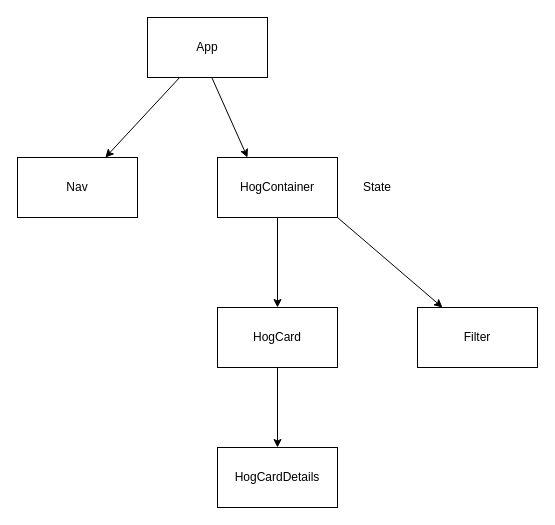
Before: src/Hierarchy.drawio in clambiase08/react-hooks-hogwild, a draw.io diagram. Source tidied: cells renumbered, new cells numbered last; positions are measured from the earlier drawing's top-left corner, leaving out a move shared by most shapes. Both pictures are drawn from the tidied source at 100%, with x=0, y=0 at pixel (17, 17).
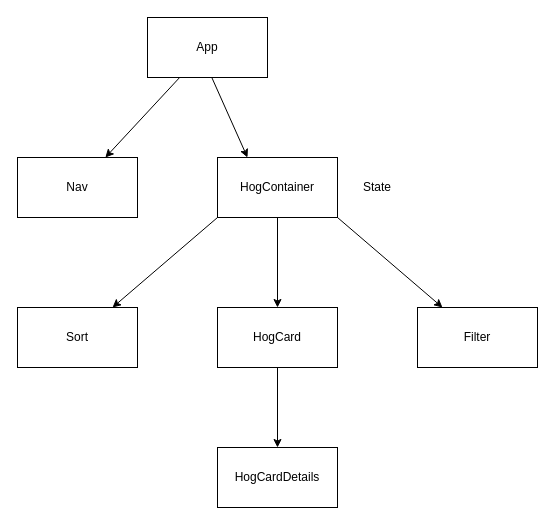
The same diagram, later.

The edit, as a diff of the source:
```diff
@@
 <mxGraphModel>
   <root>
     <mxCell id="0" />
     <mxCell id="1" parent="0" />
     <mxCell id="2" style="edgeStyle=none;html=1;" parent="1" edge="1" source="3" target="4">
       <mxGeometry relative="1" as="geometry" />
     </mxCell>
     <mxCell id="3" value="App" style="whiteSpace=wrap;html=1;" parent="1" vertex="1">
       <mxGeometry x="130" width="120" height="60" as="geometry" />
     </mxCell>
     <mxCell id="4" value="Nav" style="whiteSpace=wrap;html=1;" parent="1" vertex="1">
       <mxGeometry y="140" width="120" height="60" as="geometry" />
     </mxCell>
     <mxCell id="5" style="edgeStyle=none;html=1;" parent="1" edge="1" source="6" target="10">
       <mxGeometry relative="1" as="geometry" />
     </mxCell>
     <mxCell id="6" value="HogContainer" style="whiteSpace=wrap;html=1;" parent="1" vertex="1">
       <mxGeometry x="200" y="140" width="120" height="60" as="geometry" />
     </mxCell>
     <mxCell id="7" style="edgeStyle=none;html=1;entryX=0.25;entryY=0;entryDx=0;entryDy=0;" parent="1" edge="1" target="6">
       <mxGeometry relative="1" as="geometry">
         <mxPoint x="194.3" y="60" as="sourcePoint" />
       </mxGeometry>
     </mxCell>
     <mxCell id="8" style="edgeStyle=none;html=1;exitX=1;exitY=1;exitDx=0;exitDy=0;" parent="1" edge="1" source="6" target="11">
       <mxGeometry relative="1" as="geometry" />
     </mxCell>
     <mxCell id="9" style="edgeStyle=none;html=1;" parent="1" edge="1" source="10" target="13">
       <mxGeometry relative="1" as="geometry" />
     </mxCell>
+    <mxCell id="14" style="edgeStyle=none;html=1;exitX=0;exitY=1;exitDx=0;exitDy=0;" parent="1" edge="1" source="6" target="15">
+      <mxGeometry relative="1" as="geometry" />
+    </mxCell>
     <mxCell id="10" value="HogCard" style="whiteSpace=wrap;html=1;" parent="1" vertex="1">
       <mxGeometry x="200" y="290" width="120" height="60" as="geometry" />
     </mxCell>
     <mxCell id="11" value="Filter" style="whiteSpace=wrap;html=1;" parent="1" vertex="1">
       <mxGeometry x="400" y="290" width="120" height="60" as="geometry" />
     </mxCell>
     <mxCell id="12" value="State" style="text;strokeColor=none;align=center;fillColor=none;html=1;verticalAlign=middle;whiteSpace=wrap;rounded=0;" parent="1" vertex="1">
       <mxGeometry x="330" y="155" width="60" height="30" as="geometry" />
     </mxCell>
     <mxCell id="13" value="HogCardDetails" style="whiteSpace=wrap;html=1;" parent="1" vertex="1">
       <mxGeometry x="200" y="430" width="120" height="60" as="geometry" />
     </mxCell>
+    <mxCell id="15" value="Sort" style="whiteSpace=wrap;html=1;" parent="1" vertex="1">
+      <mxGeometry y="290" width="120" height="60" as="geometry" />
+    </mxCell>
   </root>
 </mxGraphModel>
```
